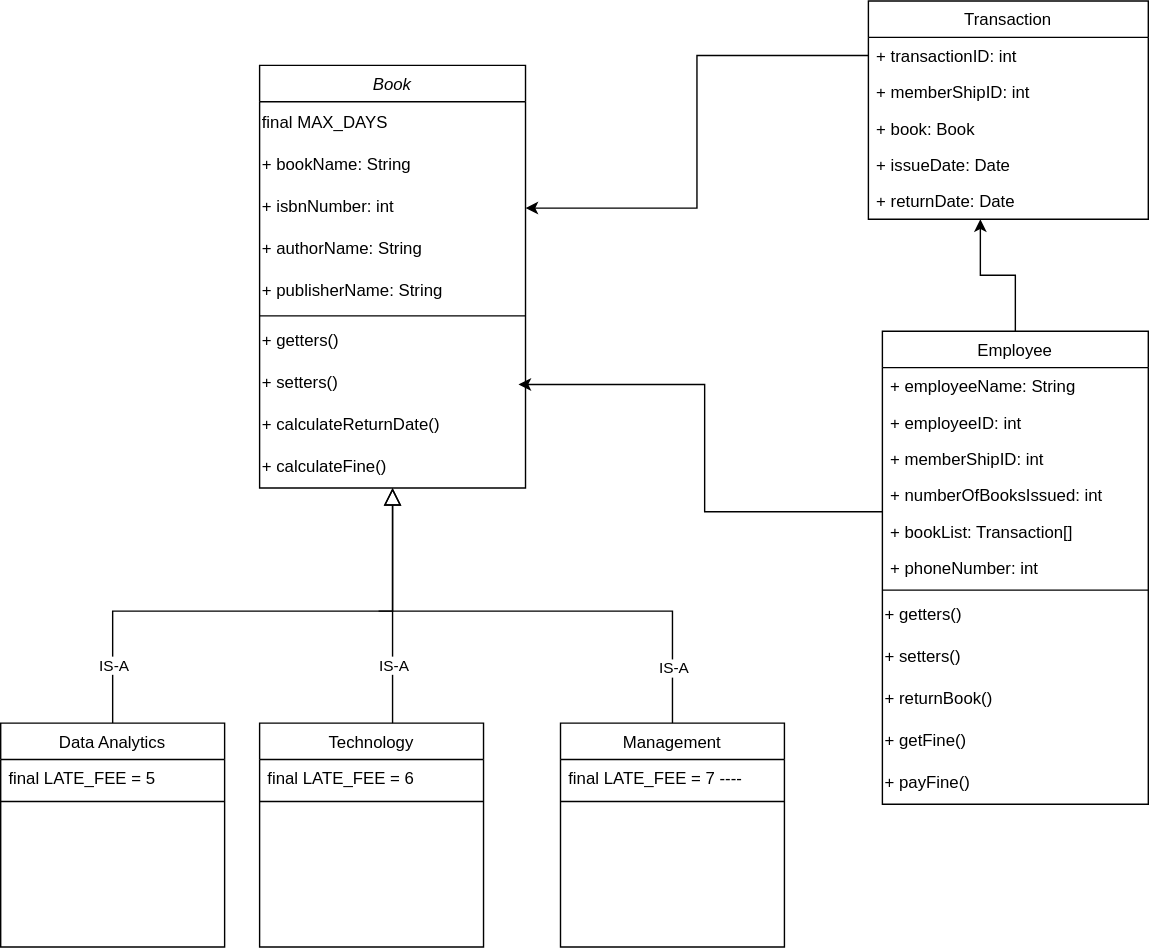
basit-budroo/library-management-system keeps this draw.io diagram as diagrams/Class Diagram.drawio.svg. Above is the earlier version. Source tidied: cells renumbered, new cells last; positions are measured from the earlier drawing's top-left corner, leaving out a move shared by most shapes.
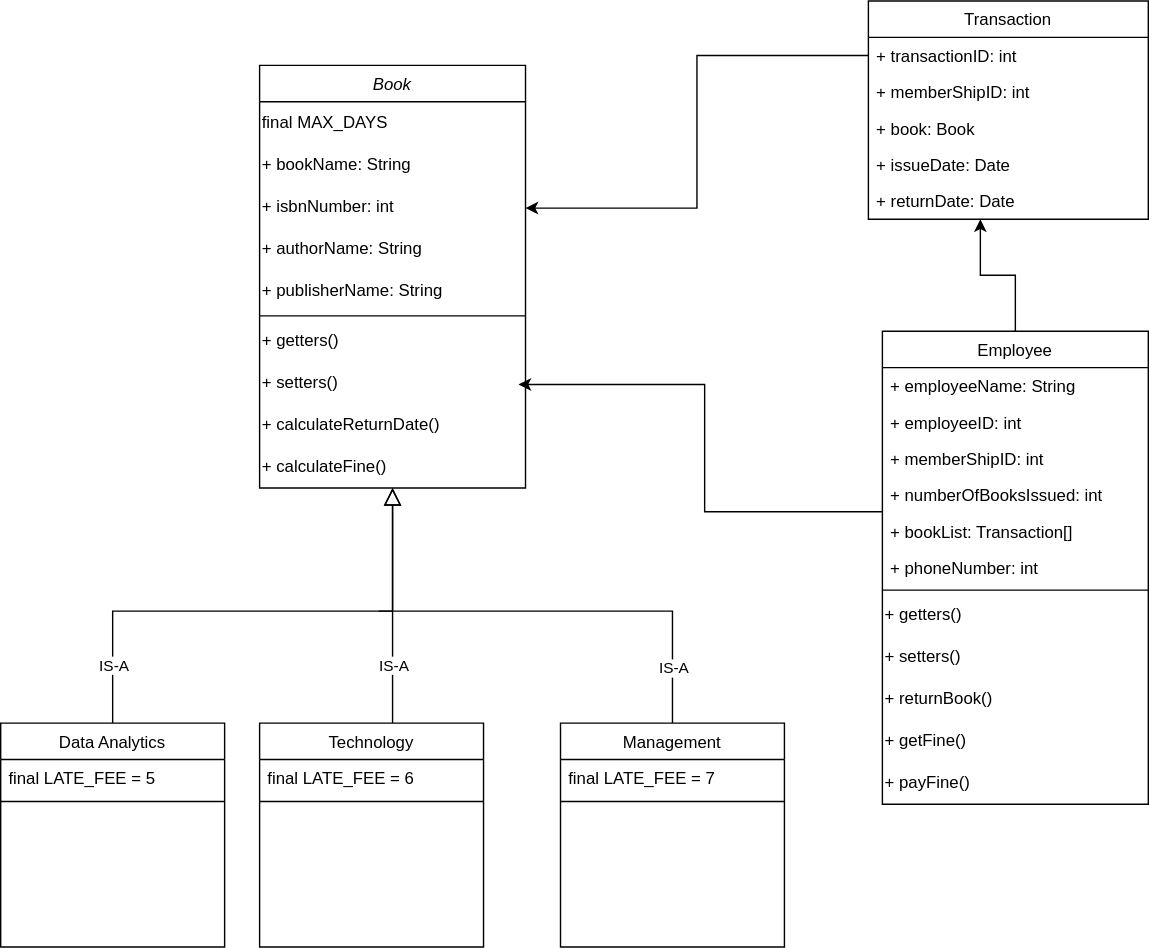
The same file after the commit.

The edit, as a diff of the source:
```diff
@@ -81,7 +81,7 @@
     <mxCell id="23" value="Management" style="swimlane;fontStyle=0;align=center;verticalAlign=top;horizontal=1;startSize=26;rounded=0;shadow=0;strokeWidth=1;" parent="1" vertex="1">
       <mxGeometry x="400" y="516" width="160" height="160" as="geometry" />
     </mxCell>
-    <mxCell id="24" value="final LATE_FEE = 7 ----" style="text;align=left;verticalAlign=top;spacingLeft=4;spacingRight=4;overflow=hidden;" parent="23" vertex="1">
+    <mxCell id="24" value="final LATE_FEE = 7" style="text;align=left;verticalAlign=top;spacingLeft=4;spacingRight=4;overflow=hidden;" parent="23" vertex="1">
       <mxGeometry y="26" width="160" height="26" as="geometry" />
     </mxCell>
     <mxCell id="25" style="line;html=1;strokeWidth=1;align=left;verticalAlign=middle;spacingTop=-1;spacingLeft=3;spacingRight=3;labelPosition=right;" parent="23" vertex="1">
```
